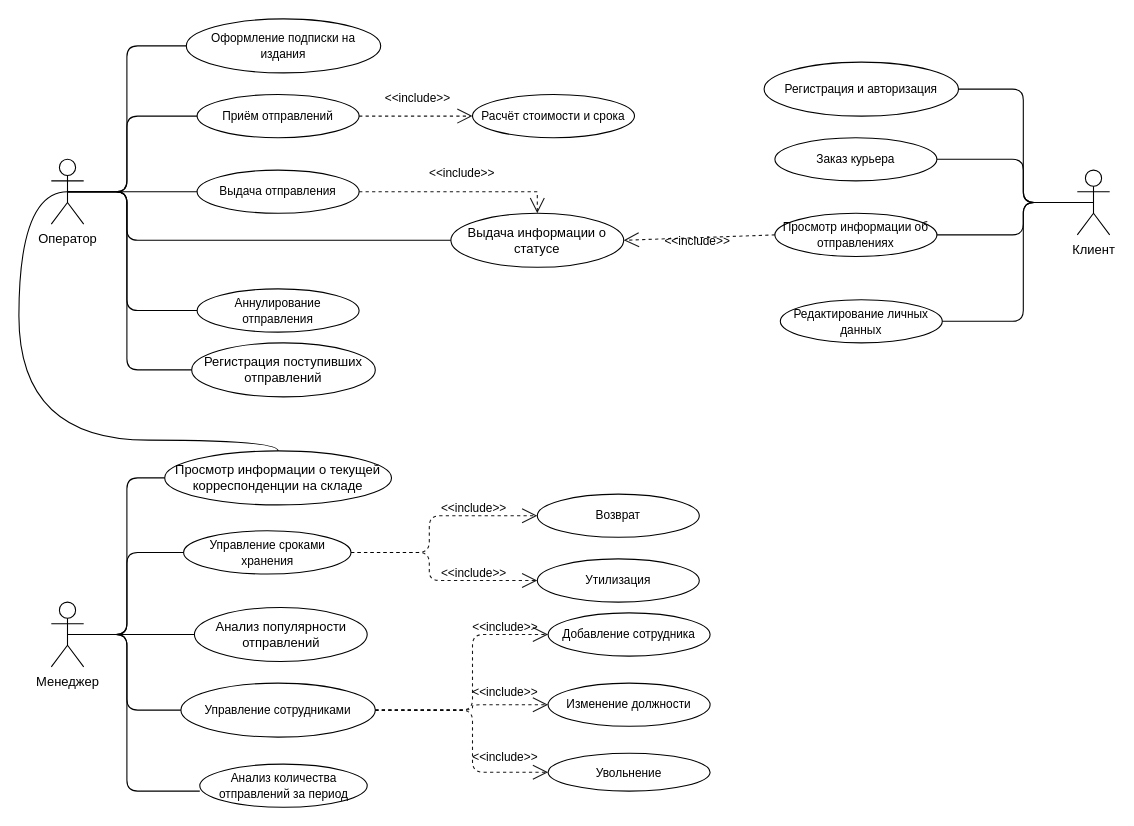
This is экз/icons/Диаграмма без названия.drawio from benchPressForever/15, a draw.io file, before an edit. Source tidied: cells renumbered, new cells numbered last; positions are measured from the earlier drawing's top-left corner, leaving out a move shared by most shapes. Both pictures are drawn from the tidied source at 108%, with x=0, y=0 at pixel (18, 18).
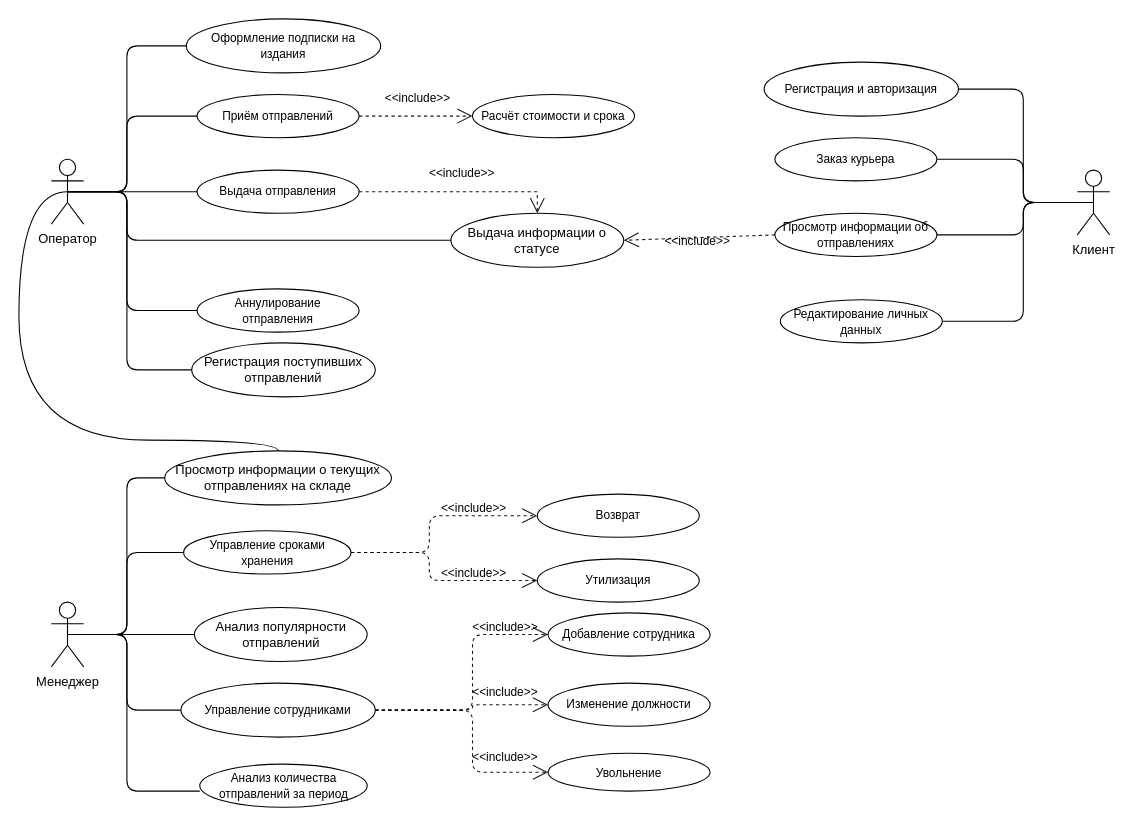
Above is the later version.

What changed in the source:
```diff
@@
-    <mxCell id="21" value="&lt;font style=&quot;&quot; face=&quot;Helvetica&quot;&gt;Просмотр информации о текущей корреспонденции на складе&lt;/font&gt;" style="ellipse;whiteSpace=wrap;html=1;" parent="1" vertex="1">
+    <mxCell id="21" value="&lt;font style=&quot;&quot; face=&quot;Helvetica&quot;&gt;Просмотр информации о текущих отправлениях на складе&lt;/font&gt;" style="ellipse;whiteSpace=wrap;html=1;" parent="1" vertex="1">
       <mxGeometry x="135" y="400" width="210" height="50" as="geometry" />
     </mxCell>
```
